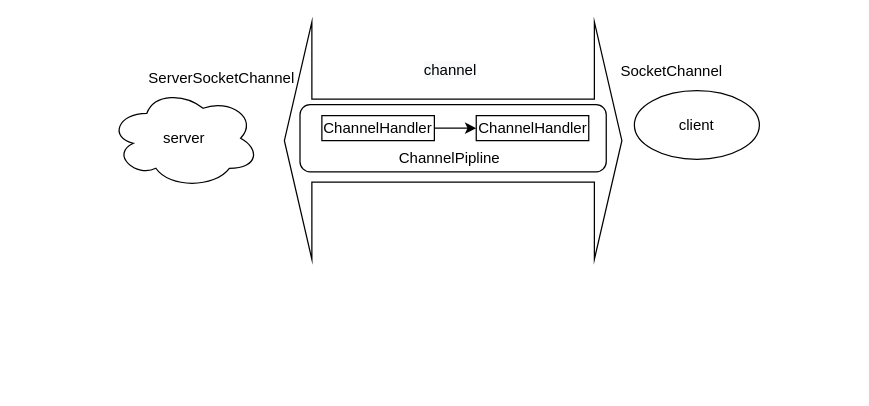
This is Untitled Diagram.drawio from zzj1993/bishe, a draw.io file, before an edit. Source tidied: cells renumbered, new cells numbered last; positions are measured from the earlier drawing's top-left corner, leaving out a move shared by most shapes. Both pictures are drawn from the tidied source at 125%, with x=0, y=0 at pixel (109, 21).
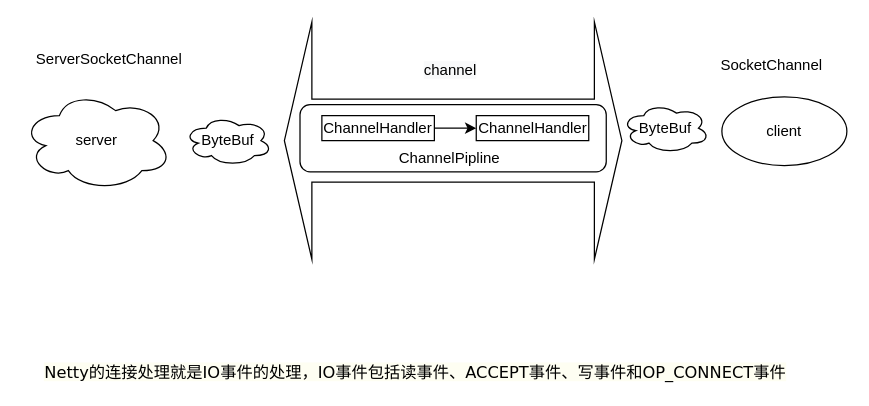
The same diagram, later.

Diff of the diagram source:
```diff
@@
 <mxGraphModel>
   <root>
     <mxCell id="0" />
     <mxCell id="1" parent="0" />
     <mxCell id="2" value="server" style="ellipse;shape=cloud;whiteSpace=wrap;html=1;" parent="1" vertex="1">
-      <mxGeometry y="53.1" width="120" height="80" as="geometry" />
+      <mxGeometry x="-70" y="55" width="120" height="80" as="geometry" />
     </mxCell>
     <mxCell id="3" value="client" style="ellipse;whiteSpace=wrap;html=1;" parent="1" vertex="1">
-      <mxGeometry x="420" y="55" width="100" height="55" as="geometry" />
+      <mxGeometry x="490" y="60" width="100" height="55" as="geometry" />
     </mxCell>
     <mxCell id="4" style="html=1;shadow=0;dashed=0;align=center;verticalAlign=middle;shape=mxgraph.arrows2.twoWayArrow;dy=0.65;dx=22;" parent="1" vertex="1">
       <mxGeometry x="140" width="270" height="190" as="geometry" />
     </mxCell>
     <mxCell id="5" value="ServerSocketChannel" style="text;html=1;strokeColor=none;fillColor=none;align=center;verticalAlign=middle;whiteSpace=wrap;rounded=0;" parent="1" vertex="1">
-      <mxGeometry x="70" y="35" width="40" height="20" as="geometry" />
+      <mxGeometry x="-20" y="20" width="40" height="20" as="geometry" />
     </mxCell>
     <mxCell id="6" value="SocketChannel" style="text;html=1;strokeColor=none;fillColor=none;align=center;verticalAlign=middle;whiteSpace=wrap;rounded=0;" parent="1" vertex="1">
-      <mxGeometry x="430" y="30" width="40" height="20" as="geometry" />
+      <mxGeometry x="510" y="25" width="40" height="20" as="geometry" />
     </mxCell>
     <mxCell id="7" value="&lt;span style=&quot;color: rgb(0, 0, 0); font-family: helvetica; font-size: 12px; font-style: normal; font-weight: 400; letter-spacing: normal; text-align: center; text-indent: 0px; text-transform: none; word-spacing: 0px; background-color: rgb(248, 249, 250); display: inline; float: none;&quot;&gt;channel&lt;/span&gt;" style="text;whiteSpace=wrap;html=1;" parent="1" vertex="1">
       <mxGeometry x="250" y="25" width="70" height="30" as="geometry" />
     </mxCell>
     <mxCell id="8" style="rounded=1;whiteSpace=wrap;html=1;" parent="1" vertex="1">
       <mxGeometry x="152.5" y="66.2" width="245" height="53.8" as="geometry" />
     </mxCell>
     <mxCell id="9" style="edgeStyle=orthogonalEdgeStyle;rounded=0;jettySize=auto;html=1;exitX=1;exitY=0.5;exitDx=0;exitDy=0;entryX=0;entryY=0.5;entryDx=0;entryDy=0;" parent="1" edge="1" source="10" target="11">
       <mxGeometry relative="1" as="geometry" />
     </mxCell>
     <mxCell id="10" value="ChannelHandler" style="rounded=0;whiteSpace=wrap;html=1;" parent="1" vertex="1">
       <mxGeometry x="170" y="75" width="90" height="20" as="geometry" />
     </mxCell>
     <mxCell id="11" value="ChannelHandler" style="rounded=0;whiteSpace=wrap;html=1;" parent="1" vertex="1">
       <mxGeometry x="293.5" y="75" width="90" height="20" as="geometry" />
     </mxCell>
     <mxCell id="12" value="&lt;div style=&quot;text-align: center&quot;&gt;&lt;span&gt;&lt;font face=&quot;helvetica&quot;&gt;ChannelPipline&lt;/font&gt;&lt;/span&gt;&lt;/div&gt;" style="text;whiteSpace=wrap;html=1;" parent="1" vertex="1">
       <mxGeometry x="230" y="95" width="70" height="30" as="geometry" />
     </mxCell>
+    <mxCell id="13" value="ByteBuf" style="ellipse;shape=cloud;whiteSpace=wrap;html=1;" parent="1" vertex="1">
+      <mxGeometry x="60" y="75" width="70" height="40" as="geometry" />
+    </mxCell>
+    <mxCell id="14" value="ByteBuf" style="ellipse;shape=cloud;whiteSpace=wrap;html=1;" parent="1" vertex="1">
+      <mxGeometry x="410" y="65" width="70" height="40" as="geometry" />
+    </mxCell>
+    <mxCell id="15" value="&lt;span style=&quot;font-family: &amp;#34;verdana&amp;#34; , &amp;#34;arial&amp;#34; , &amp;#34;helvetica&amp;#34; , sans-serif ; font-size: 13px ; text-align: left ; background-color: rgb(254 , 254 , 242)&quot;&gt;Netty的连接处理就是IO事件的处理，IO事件包括读事件、ACCEPT事件、写事件和OP_CONNECT事件&lt;/span&gt;" style="text;html=1;strokeColor=none;fillColor=none;align=center;verticalAlign=middle;whiteSpace=wrap;rounded=0;" parent="1" vertex="1">
+      <mxGeometry x="-60" y="270" width="610" height="20" as="geometry" />
+    </mxCell>
   </root>
 </mxGraphModel>
```
